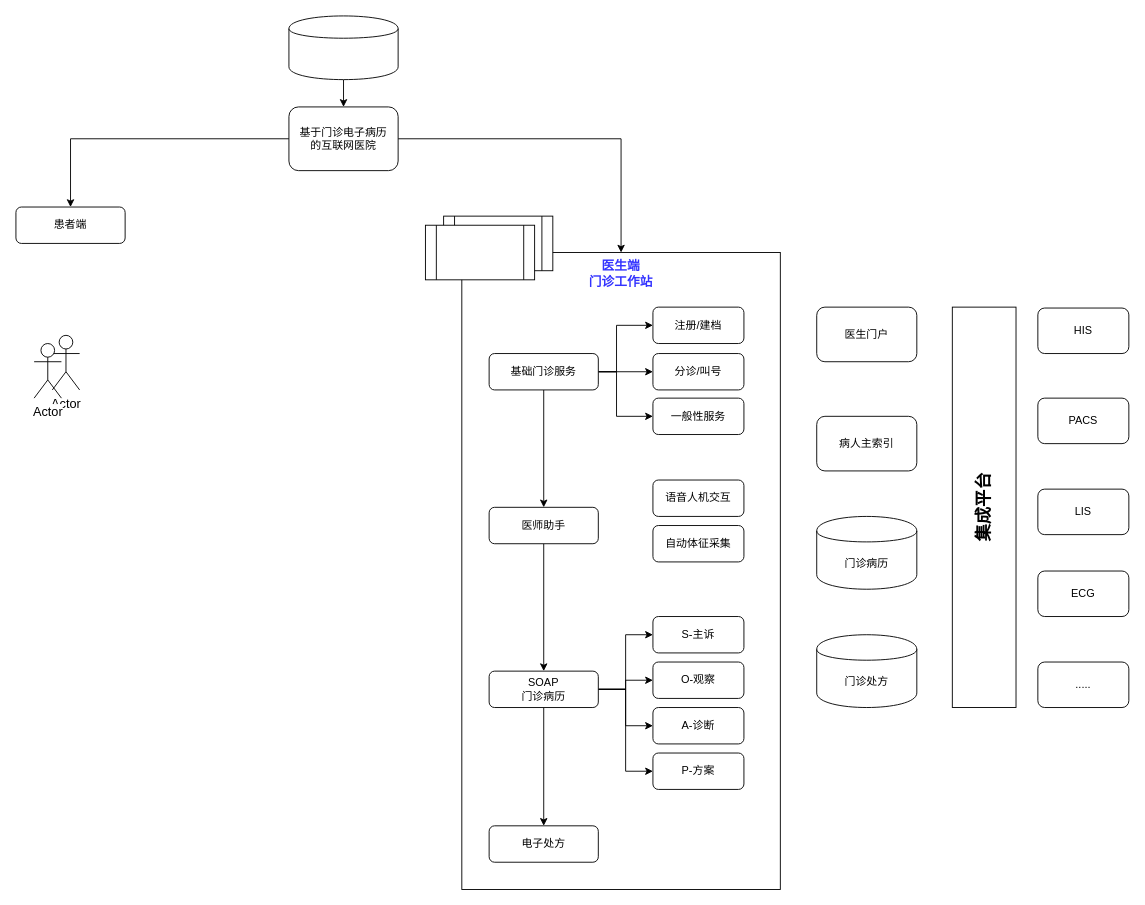
Before: page "产品架构" (1 of 3) of draws/门诊电子病历互联网医院设计.drawio in hebzhjg/ntl2020, a draw.io diagram. Source tidied: cells renumbered, new cells numbered last; positions are measured from the earlier drawing's top-left corner, leaving out a move shared by most shapes. Both pictures are drawn from the tidied source at 91%, with x=0, y=0 at pixel (15, 15).
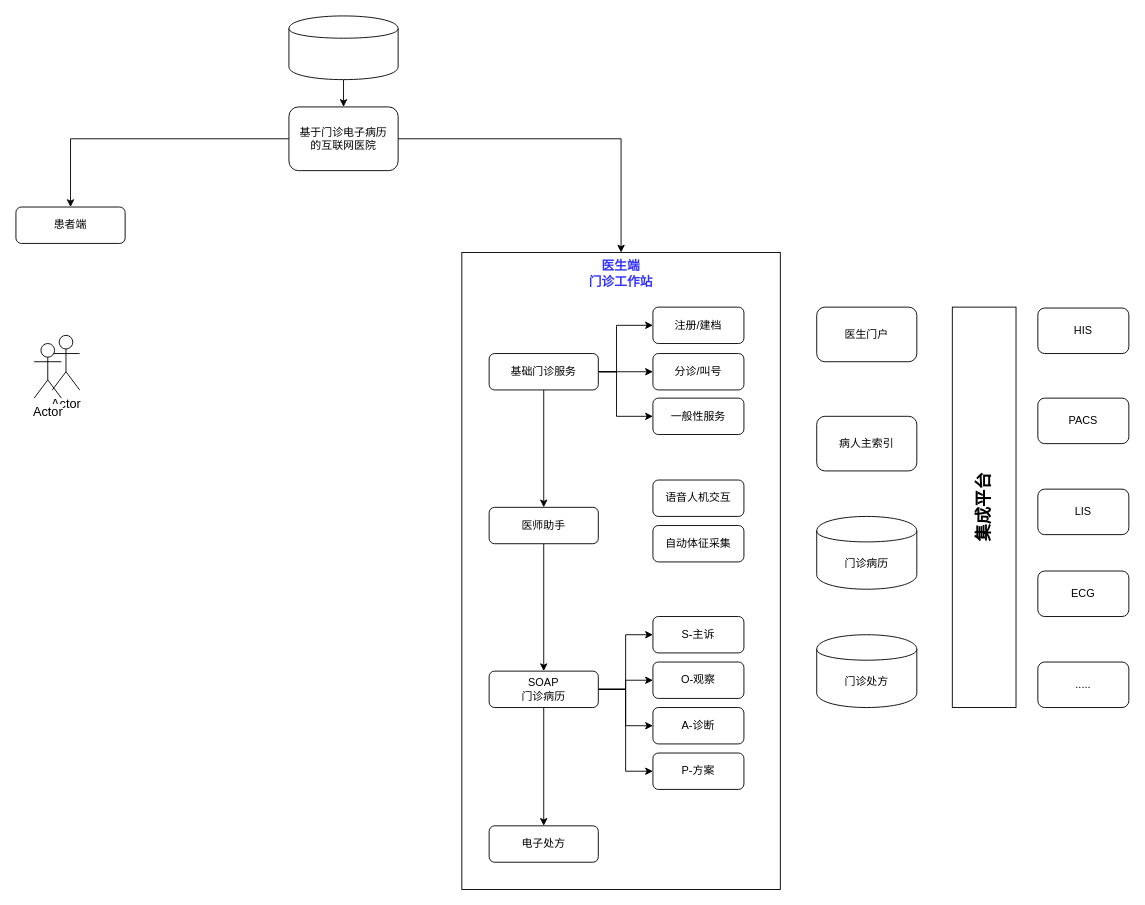
The same page after the edit.

Diff of the diagram source:
```diff
@@
-    <mxCell id="43" style="shape=process;whiteSpace=wrap;html=1;backgroundOutline=1;rounded=0;shadow=0;fontSize=14;align=center;" parent="1" vertex="1">
-      <mxGeometry x="470" y="220" width="120" height="60" as="geometry" />
-    </mxCell>
-    <mxCell id="44" style="shape=process;whiteSpace=wrap;html=1;backgroundOutline=1;rounded=0;shadow=0;fontSize=14;align=center;" parent="1" vertex="1">
-      <mxGeometry x="450" y="230" width="120" height="60" as="geometry" />
-    </mxCell>
```
